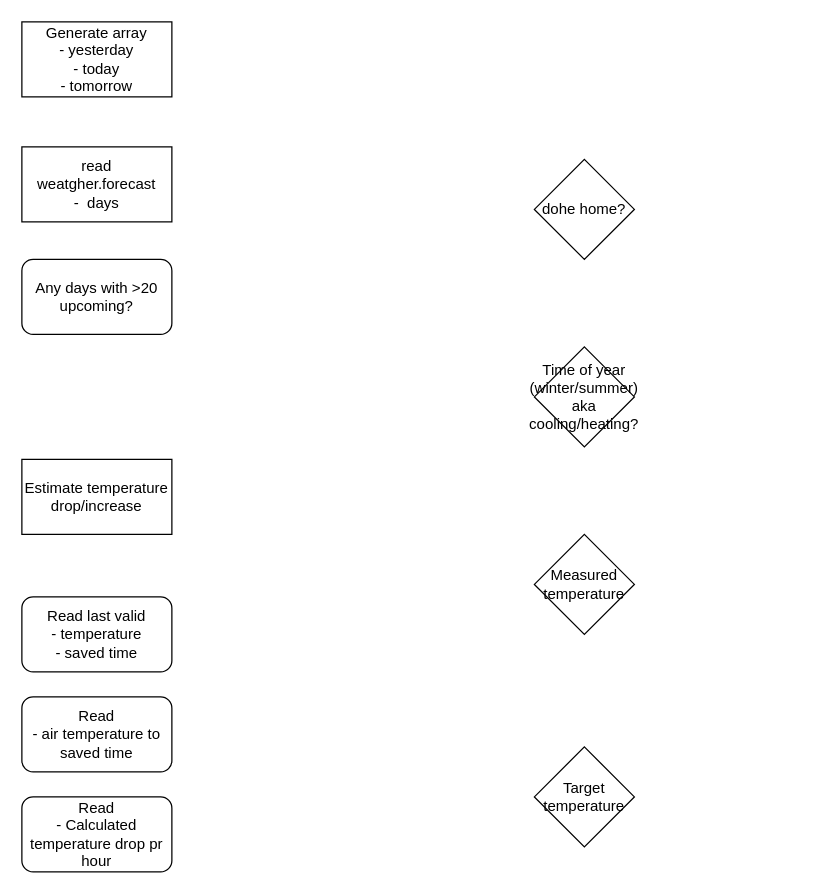
Above: Heating.drawio in DagOveH/Home-Assistant (draw.io), before the change. Source tidied: cells renumbered, new cells numbered last; positions are measured from the earlier drawing's top-left corner, leaving out a move shared by most shapes. Both pictures are drawn from the tidied source at 125%, with x=0, y=0 at pixel (21, 21).
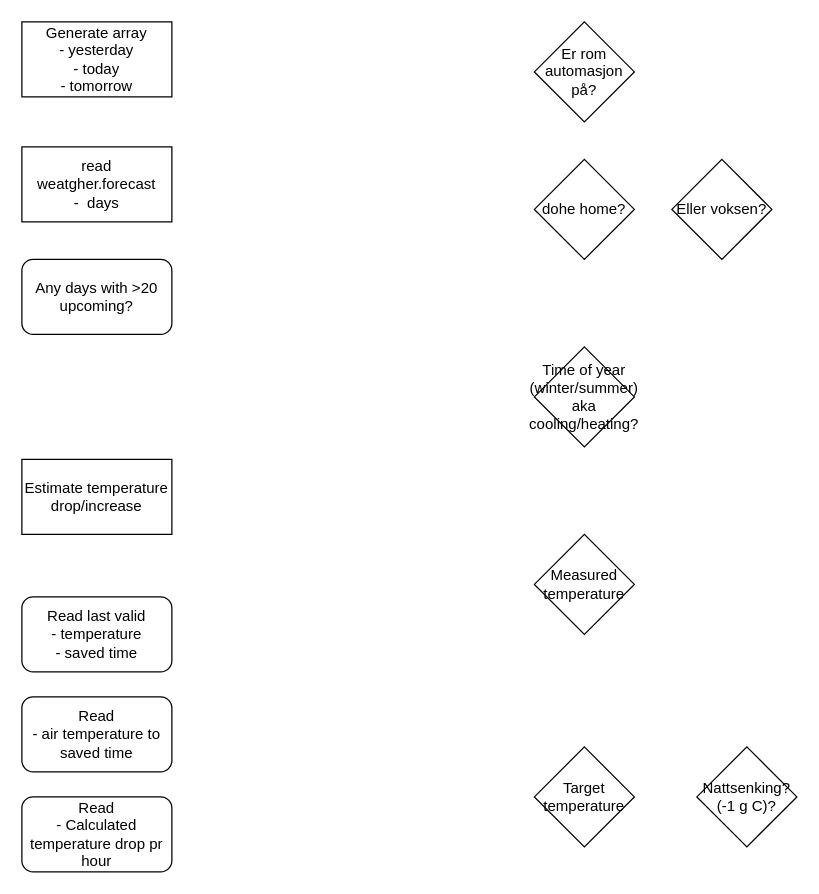
After the change.

What changed in the source:
```diff
@@
 <mxGraphModel>
   <root>
     <mxCell id="0" />
     <mxCell id="1" parent="0" />
     <mxCell id="2" value="Estimate temperature drop/increase" style="rounded=0;whiteSpace=wrap;html=1;" parent="1" vertex="1">
       <mxGeometry y="350" width="120" height="60" as="geometry" />
     </mxCell>
     <mxCell id="3" value="Read last valid&lt;div&gt;- temperature&lt;/div&gt;&lt;div&gt;- saved time&lt;/div&gt;" style="rounded=1;whiteSpace=wrap;html=1;" parent="1" vertex="1">
       <mxGeometry y="460" width="120" height="60" as="geometry" />
     </mxCell>
     <mxCell id="4" value="Read&lt;div&gt;- air temperature to saved time&lt;/div&gt;" style="rounded=1;whiteSpace=wrap;html=1;" parent="1" vertex="1">
       <mxGeometry y="540" width="120" height="60" as="geometry" />
     </mxCell>
     <mxCell id="5" value="Read&lt;div&gt;- Calculated temperature drop pr hour&lt;/div&gt;" style="rounded=1;whiteSpace=wrap;html=1;" parent="1" vertex="1">
       <mxGeometry y="620" width="120" height="60" as="geometry" />
     </mxCell>
     <mxCell id="6" value="Generate array&lt;div&gt;- yesterday&lt;/div&gt;&lt;div&gt;- today&lt;/div&gt;&lt;div&gt;- tomorrow&lt;/div&gt;" style="rounded=0;whiteSpace=wrap;html=1;" parent="1" vertex="1">
       <mxGeometry width="120" height="60" as="geometry" />
     </mxCell>
     <mxCell id="7" value="Any days with &amp;gt;20 upcoming?" style="rounded=1;whiteSpace=wrap;html=1;" parent="1" vertex="1">
       <mxGeometry y="190" width="120" height="60" as="geometry" />
     </mxCell>
     <mxCell id="8" value="read weatgher.forecast&lt;div&gt;-&amp;nbsp; days&lt;/div&gt;" style="rounded=0;whiteSpace=wrap;html=1;" parent="1" vertex="1">
       <mxGeometry y="100" width="120" height="60" as="geometry" />
     </mxCell>
     <mxCell id="9" value="dohe home?" style="rhombus;whiteSpace=wrap;html=1;" parent="1" vertex="1">
       <mxGeometry x="410" y="110" width="80" height="80" as="geometry" />
     </mxCell>
     <mxCell id="10" value="Time of year&lt;div&gt;(winter/summer) aka cooling/heating?&lt;/div&gt;" style="rhombus;whiteSpace=wrap;html=1;" parent="1" vertex="1">
       <mxGeometry x="410" y="260" width="80" height="80" as="geometry" />
     </mxCell>
     <mxCell id="11" value="Measured temperature" style="rhombus;whiteSpace=wrap;html=1;" parent="1" vertex="1">
       <mxGeometry x="410" y="410" width="80" height="80" as="geometry" />
     </mxCell>
     <mxCell id="12" value="Target temperature" style="rhombus;whiteSpace=wrap;html=1;" parent="1" vertex="1">
       <mxGeometry x="410" y="580" width="80" height="80" as="geometry" />
     </mxCell>
+    <mxCell id="13" value="Eller voksen?" style="rhombus;whiteSpace=wrap;html=1;" parent="1" vertex="1">
+      <mxGeometry x="520" y="110" width="80" height="80" as="geometry" />
+    </mxCell>
+    <mxCell id="14" value="Er rom automasjon på?" style="rhombus;whiteSpace=wrap;html=1;" parent="1" vertex="1">
+      <mxGeometry x="410" width="80" height="80" as="geometry" />
+    </mxCell>
+    <mxCell id="15" value="Nattsenking?&lt;br&gt;(-1 g C)?" style="rhombus;whiteSpace=wrap;html=1;" parent="1" vertex="1">
+      <mxGeometry x="540" y="580" width="80" height="80" as="geometry" />
+    </mxCell>
   </root>
 </mxGraphModel>
```
